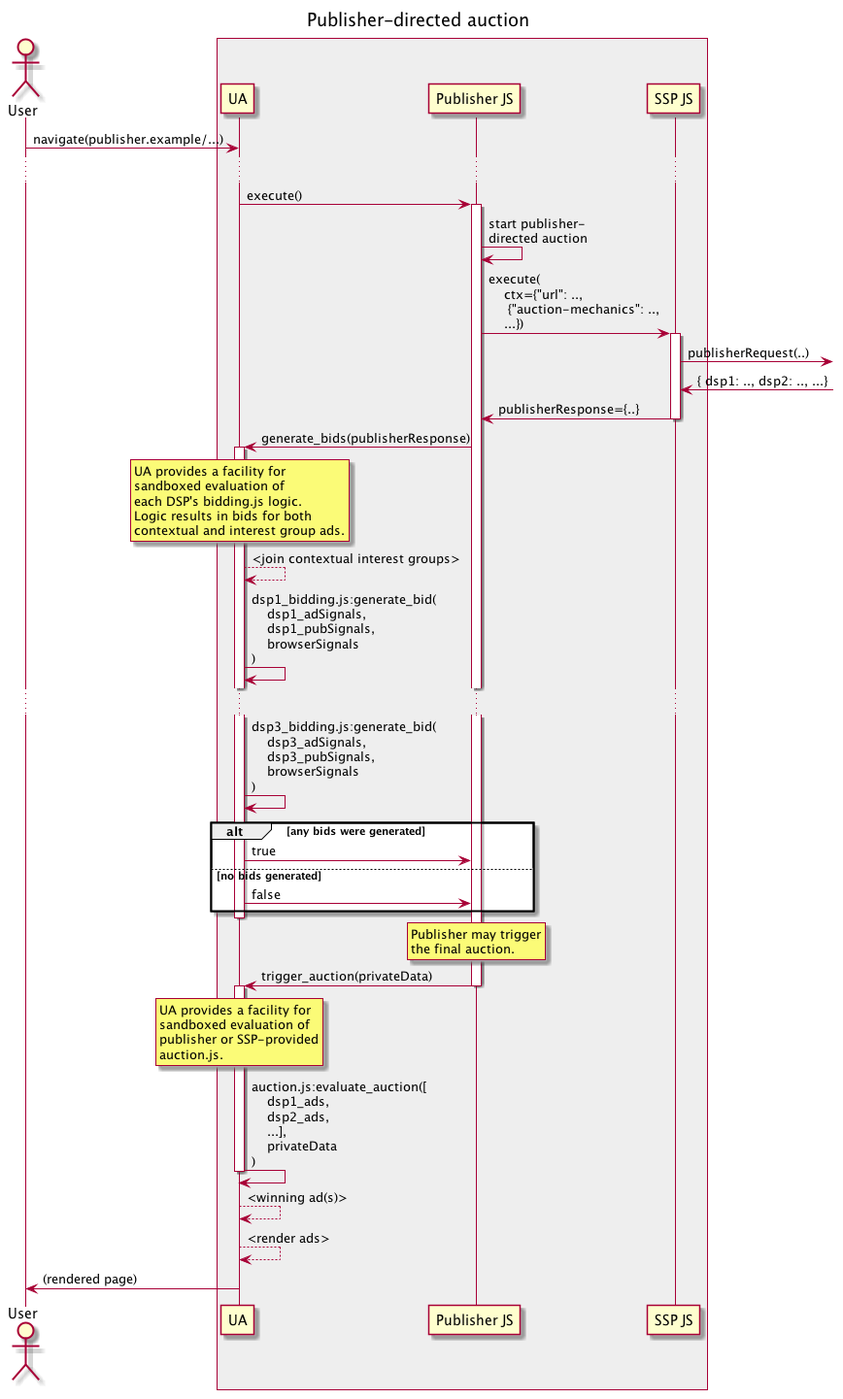
Above: assets/TERN/img/6_auction.png in WICG/turtledove (PlantUML), before the change. Its source is kept beside it as assets/TERN/6_auction.plantuml.
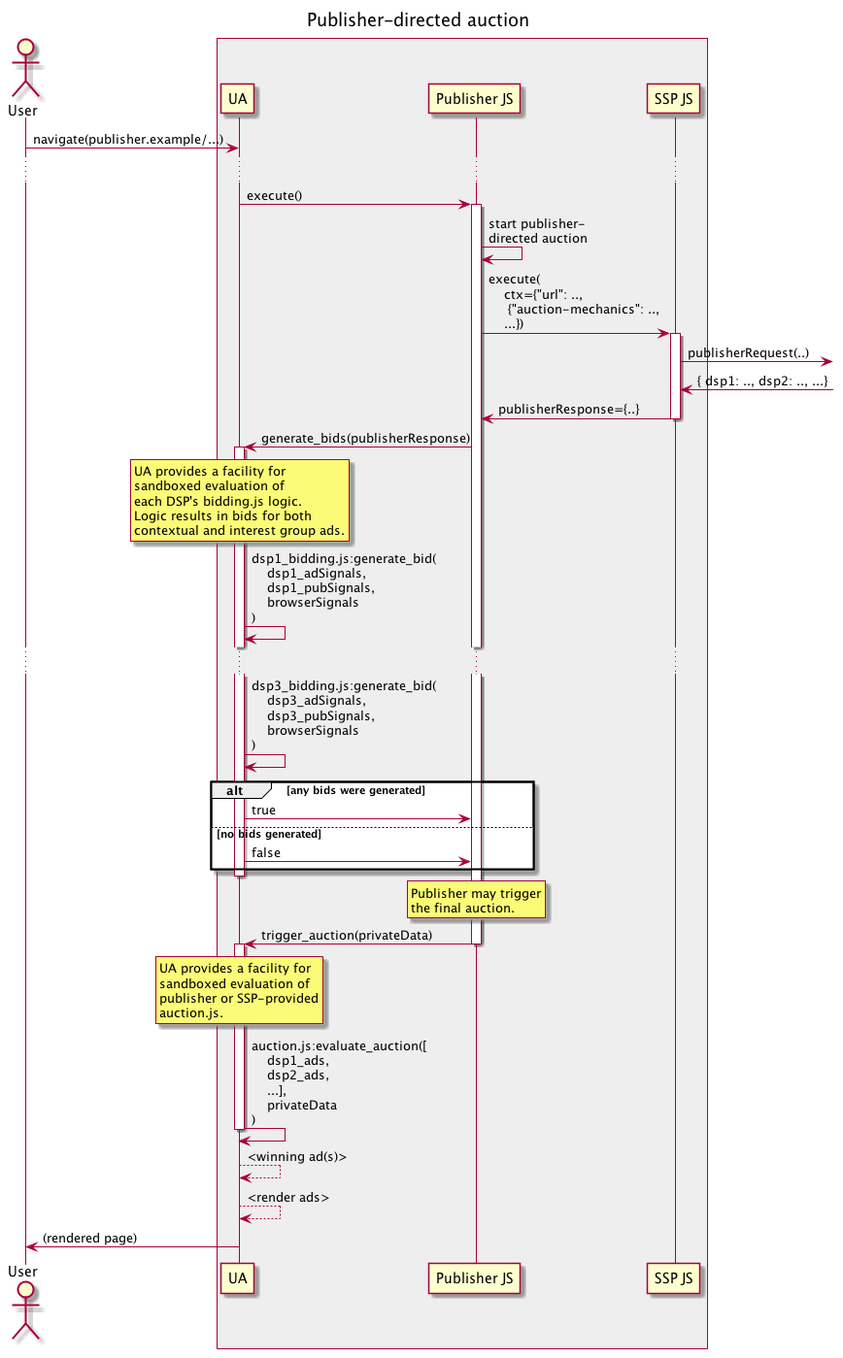
After the change.

Commit message:
Updated images to remove contextual interest groups

What changed in the source:
```diff
@@ -40,8 +40,6 @@
 contextual and interest group ads.
 end note
 
-ua --> ua : <join contextual interest groups>
-
 ua -> ua : dsp1_bidding.js:generate_bid(\n    dsp1_adSignals,\n    dsp1_pubSignals,\n    browserSignals\n)
 ...
 ua -> ua : dsp3_bidding.js:generate_bid(\n    dsp3_adSignals,\n    dsp3_pubSignals,\n    browserSignals\n)
```
